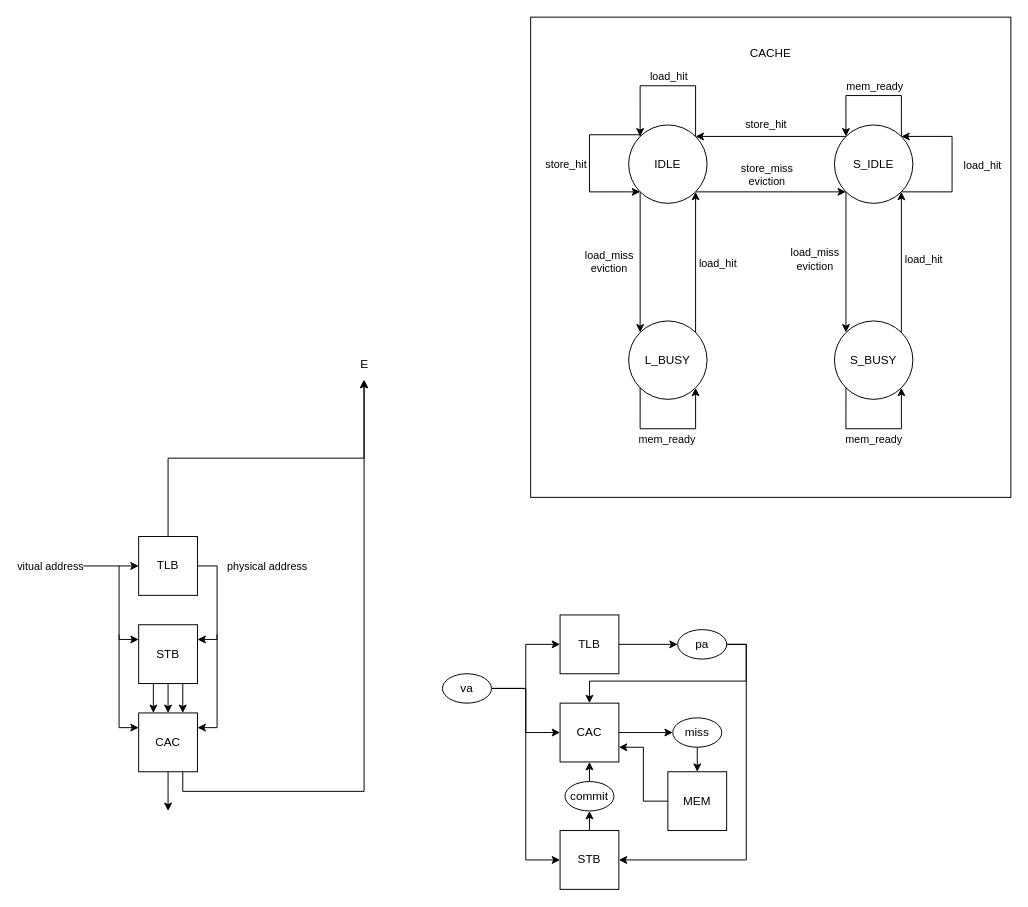
Above: CBD/doc/cache.drawio in kenny2817/CaballoLoco_processor (draw.io), before the change. Source tidied: cells renumbered, new cells numbered last; positions are measured from the earlier drawing's top-left corner, leaving out a move shared by most shapes. Both pictures are drawn from the tidied source at 98%, with x=0, y=0 at pixel (50, 17).
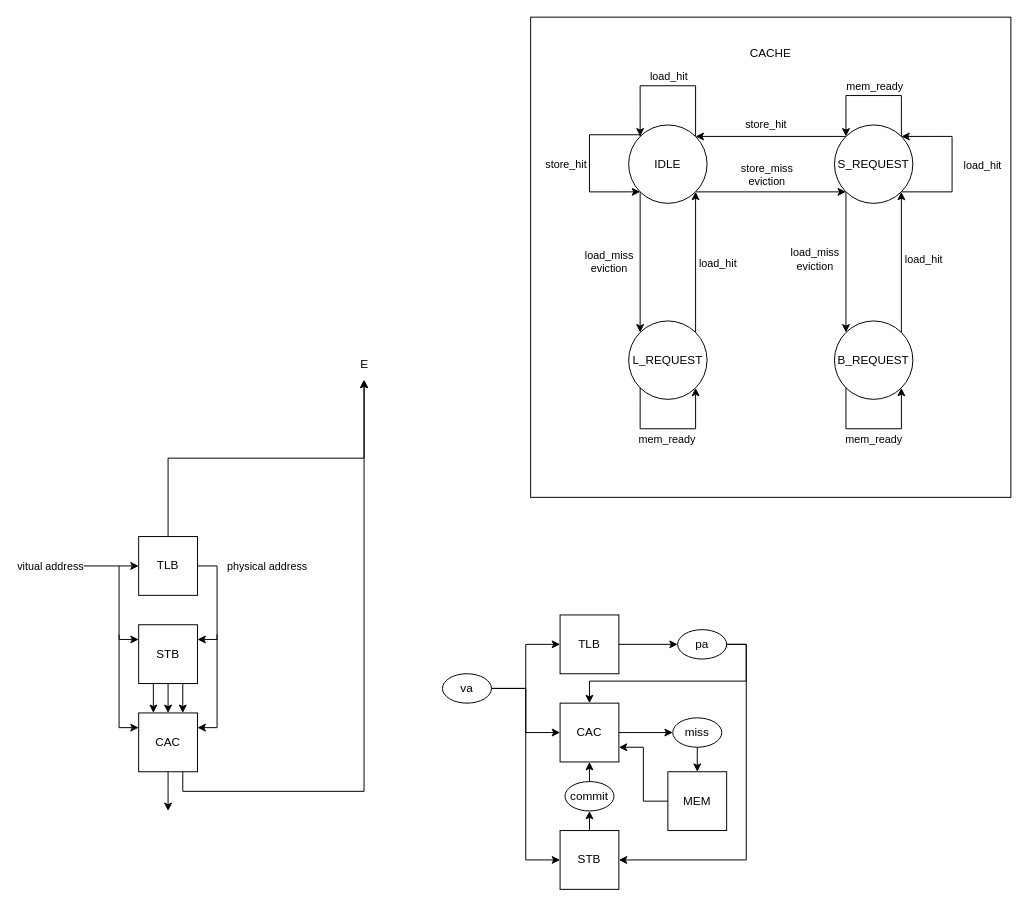
The same diagram, later.

The edit, as a diff of the source:
```diff
@@
-    <mxCell id="50" value="S_IDLE" style="ellipse;whiteSpace=wrap;html=1;" parent="1" vertex="1">
+    <mxCell id="50" value="S_REQUEST" style="ellipse;whiteSpace=wrap;html=1;" parent="1" vertex="1">
       <mxGeometry x="800" y="110" width="80" height="80" as="geometry" />
     </mxCell>
@@
-    <mxCell id="53" value="L_BUSY" style="ellipse;whiteSpace=wrap;html=1;" parent="1" vertex="1">
+    <mxCell id="53" value="L_REQUEST" style="ellipse;whiteSpace=wrap;html=1;" parent="1" vertex="1">
       <mxGeometry x="590" y="310" width="80" height="80" as="geometry" />
     </mxCell>
@@
-    <mxCell id="56" value="S_BUSY" style="ellipse;whiteSpace=wrap;html=1;" parent="1" vertex="1">
+    <mxCell id="56" value="B_REQUEST" style="ellipse;whiteSpace=wrap;html=1;" parent="1" vertex="1">
       <mxGeometry x="800" y="310" width="80" height="80" as="geometry" />
     </mxCell>
```
